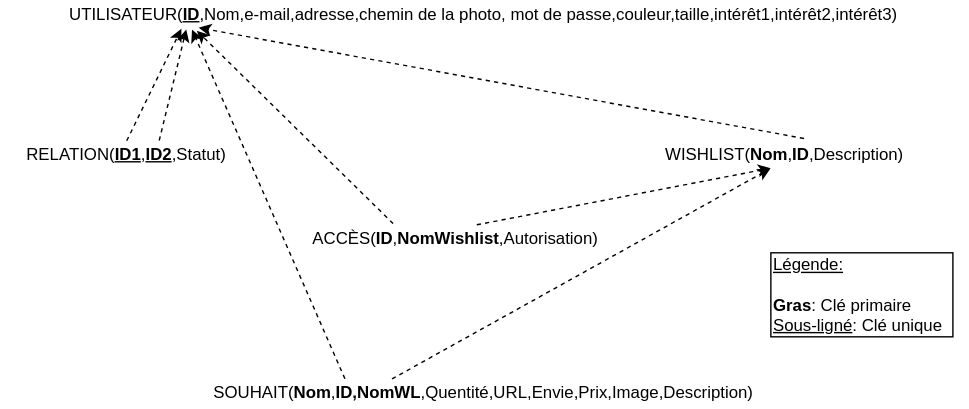
This is Resources/Documents/Shéma relationnel.svg from pdan1/WishList-Groupe5.1, a draw.io export, as it was before one commit. Source tidied: cells renumbered, new cells last; positions are measured from the earlier drawing's top-left corner, leaving out a move shared by most shapes.
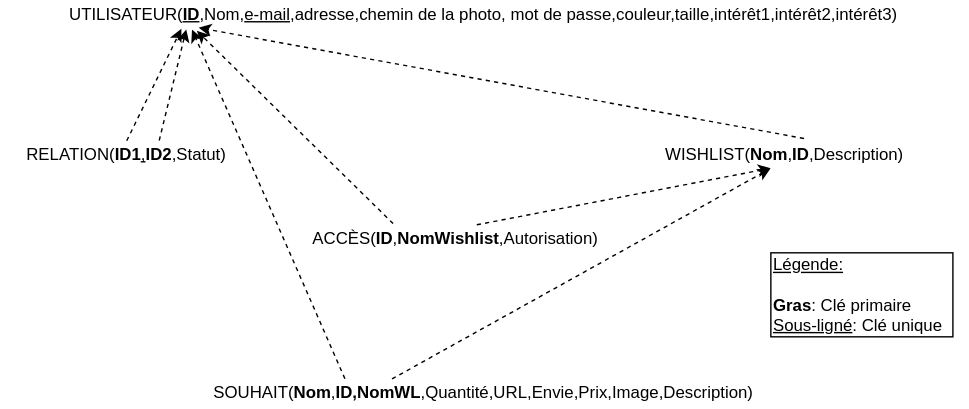
Above is the later version.

Commit message:
Correction Shéma relationnel

Change to the diagram source:
```diff
@@ -2,19 +2,19 @@
   <root>
     <mxCell id="0" />
     <mxCell id="1" parent="0" />
-    <mxCell id="2" value="UTILISATEUR(&lt;u&gt;&lt;b&gt;ID&lt;/b&gt;&lt;/u&gt;,Nom,e-mail,adresse,chemin de la photo, mot de passe,couleur,taille,intérêt1,intérêt2,intérêt3)" style="text;html=1;strokeColor=none;fillColor=none;align=center;verticalAlign=middle;whiteSpace=wrap;rounded=0;" parent="1" vertex="1">
+    <mxCell id="2" value="UTILISATEUR(&lt;u&gt;&lt;b&gt;ID&lt;/b&gt;&lt;/u&gt;,Nom,&lt;u&gt;e-mail&lt;/u&gt;,adresse,chemin de la photo, mot de passe,couleur,taille,intérêt1,intérêt2,intérêt3)" style="text;html=1;strokeColor=none;fillColor=none;align=center;verticalAlign=middle;whiteSpace=wrap;rounded=0;" parent="1" vertex="1">
       <mxGeometry width="690" height="20" as="geometry" />
     </mxCell>
     <mxCell id="3" value="WISHLIST(&lt;b&gt;Nom&lt;/b&gt;,&lt;b&gt;ID&lt;/b&gt;,Description)" style="text;html=1;strokeColor=none;fillColor=none;align=center;verticalAlign=middle;whiteSpace=wrap;rounded=0;" parent="1" vertex="1">
       <mxGeometry x="450" y="100" width="220" height="20" as="geometry" />
     </mxCell>
-    <mxCell id="4" value="RELATION(&lt;u&gt;&lt;b&gt;ID1&lt;/b&gt;&lt;/u&gt;,&lt;u&gt;&lt;b&gt;ID2&lt;/b&gt;&lt;/u&gt;,Statut)" style="text;html=1;strokeColor=none;fillColor=none;align=center;verticalAlign=middle;whiteSpace=wrap;rounded=0;" parent="1" vertex="1">
+    <mxCell id="4" value="RELATION(&lt;b&gt;ID1&lt;/b&gt;&lt;u&gt;,&lt;/u&gt;&lt;b&gt;ID2&lt;/b&gt;,Statut)" style="text;html=1;strokeColor=none;fillColor=none;align=center;verticalAlign=middle;whiteSpace=wrap;rounded=0;" parent="1" vertex="1">
       <mxGeometry y="100" width="180" height="20" as="geometry" />
     </mxCell>
     <mxCell id="5" value="ACCÈS(&lt;b&gt;ID&lt;/b&gt;,&lt;b&gt;NomWishlist&lt;/b&gt;,Autorisation)" style="text;html=1;strokeColor=none;fillColor=none;align=center;verticalAlign=middle;whiteSpace=wrap;rounded=0;" parent="1" vertex="1">
       <mxGeometry x="200" y="160" width="250" height="20" as="geometry" />
     </mxCell>
-    <mxCell id="6" value="SOUHAIT(&lt;b&gt;Nom&lt;/b&gt;,&lt;b&gt;ID&lt;u&gt;,&lt;/u&gt;&lt;/b&gt;&lt;b&gt;NomWL&lt;/b&gt;,Quentité,URL,Envie,Prix,Image,Description)" style="text;html=1;strokeColor=none;fillColor=none;align=center;verticalAlign=middle;whiteSpace=wrap;rounded=0;" parent="1" vertex="1">
+    <mxCell id="6" value="SOUHAIT(&lt;b&gt;Nom&lt;/b&gt;,&lt;b&gt;ID&lt;u&gt;,&lt;/u&gt;&lt;/b&gt;&lt;b&gt;NomWL&lt;/b&gt;,Quantité,URL,Envie,Prix,Image,Description)" style="text;html=1;strokeColor=none;fillColor=none;align=center;verticalAlign=middle;whiteSpace=wrap;rounded=0;" parent="1" vertex="1">
       <mxGeometry x="60" y="270" width="570" height="20" as="geometry" />
     </mxCell>
     <mxCell id="7" style="endArrow=classic;html=1;entryX=0.187;entryY=1.003;entryDx=0;entryDy=0;entryPerimeter=0;exitX=0.5;exitY=0;exitDx=0;exitDy=0;dashed=1;" parent="1" edge="1" source="4" target="2">
```
